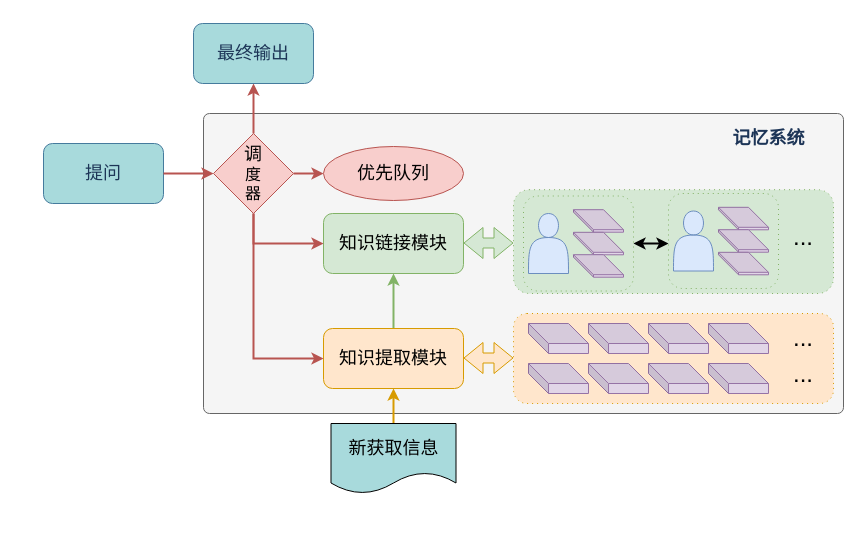
The draw.io diagram 总框架图v2.1.drawio in niuyiqun/llm_agent, before the edit. Source tidied: cells renumbered, new cells numbered last; positions are measured from the earlier drawing's top-left corner, leaving out a move shared by most shapes. Both pictures are drawn from the tidied source at 100%, with x=0, y=0 at pixel (43, 23). Pictures stored in the file or linked from it are replaced by grey dashed boxes.
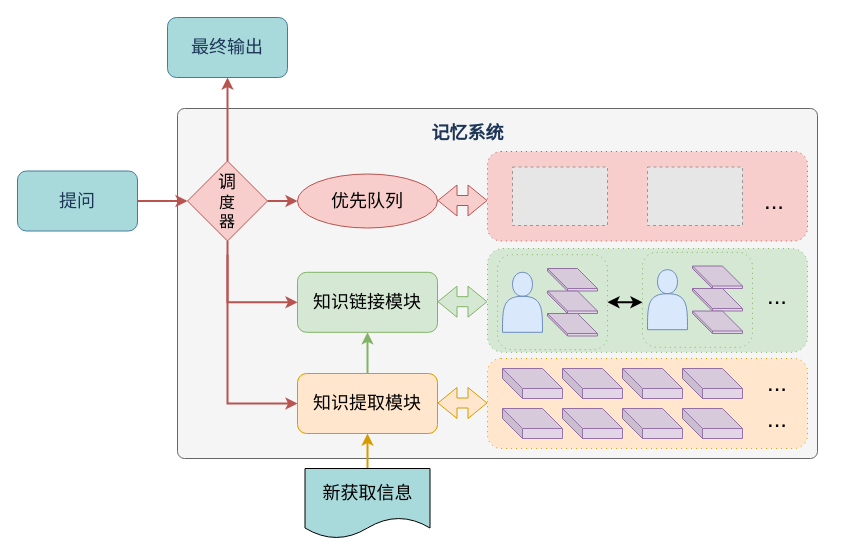
After the change.

Commit message:
更新总框架图v2.1.drawio

The edit, as a diff of the source:
```diff
@@
-<mxGraphModel>
+<mxGraphModel background="#FFFFFF">
@@
     <mxCell id="2" style="rounded=1;whiteSpace=wrap;html=1;arcSize=2;fillColor=#f5f5f5;fontColor=#333333;strokeColor=#666666;" parent="1" vertex="1">
-      <mxGeometry x="160" y="90" width="640" height="300" as="geometry" />
+      <mxGeometry x="134" y="85" width="640" height="350" as="geometry" />
     </mxCell>
     <mxCell id="3" style="rounded=1;whiteSpace=wrap;html=1;dashed=1;dashPattern=1 4;fillColor=#ffe6cc;strokeColor=#d79b00;" parent="1" vertex="1">
-      <mxGeometry x="470" y="290" width="320" height="90" as="geometry" />
+      <mxGeometry x="444" y="335" width="320" height="90" as="geometry" />
     </mxCell>
@@
     <mxCell id="5" value="&lt;font style=&quot;font-size: 18px;&quot;&gt;新获取信息&lt;/font&gt;" style="shape=document;whiteSpace=wrap;html=1;boundedLbl=1;fillColor=light-dark(#a8dadc, #ededed);" parent="1" vertex="1">
-      <mxGeometry x="287.5" y="400" width="125" height="70" as="geometry" />
+      <mxGeometry x="261.5" y="445" width="125" height="70" as="geometry" />
     </mxCell>
@@
     <mxCell id="7" value="&lt;font style=&quot;font-size: 18px;&quot;&gt;知识提取模块&lt;/font&gt;" style="rounded=1;whiteSpace=wrap;html=1;fillColor=#ffe6cc;strokeColor=#d79b00;" parent="1" vertex="1">
-      <mxGeometry x="280" y="305" width="140" height="60" as="geometry" />
+      <mxGeometry x="254" y="350" width="140" height="60" as="geometry" />
     </mxCell>
     <mxCell id="8" value="&lt;font style=&quot;font-size: 18px;&quot;&gt;知识链接模块&lt;/font&gt;" style="rounded=1;whiteSpace=wrap;html=1;fillColor=#d5e8d4;strokeColor=#82b366;" parent="1" vertex="1">
-      <mxGeometry x="280" y="190" width="140" height="60" as="geometry" />
+      <mxGeometry x="254" y="248.8" width="140" height="60" as="geometry" />
     </mxCell>
     <mxCell id="9" style="shape=cube;whiteSpace=wrap;html=1;boundedLbl=1;backgroundOutline=1;darkOpacity=0.05;darkOpacity2=0.1;fillColor=#e1d5e7;strokeColor=#9673a6;" parent="1" vertex="1">
-      <mxGeometry x="485" y="340" width="60" height="30" as="geometry" />
+      <mxGeometry x="459" y="385" width="60" height="30" as="geometry" />
     </mxCell>
     <mxCell id="10" style="shape=cube;whiteSpace=wrap;html=1;boundedLbl=1;backgroundOutline=1;darkOpacity=0.05;darkOpacity2=0.1;fillColor=#e1d5e7;strokeColor=#9673a6;" parent="1" vertex="1">
-      <mxGeometry x="545" y="340" width="60" height="30" as="geometry" />
+      <mxGeometry x="519" y="385" width="60" height="30" as="geometry" />
     </mxCell>
     <mxCell id="11" style="shape=cube;whiteSpace=wrap;html=1;boundedLbl=1;backgroundOutline=1;darkOpacity=0.05;darkOpacity2=0.1;fillColor=#e1d5e7;strokeColor=#9673a6;" parent="1" vertex="1">
-      <mxGeometry x="605" y="340" width="60" height="30" as="geometry" />
+      <mxGeometry x="579" y="385" width="60" height="30" as="geometry" />
     </mxCell>
     <mxCell id="12" style="shape=cube;whiteSpace=wrap;html=1;boundedLbl=1;backgroundOutline=1;darkOpacity=0.05;darkOpacity2=0.1;fillColor=#e1d5e7;strokeColor=#9673a6;" parent="1" vertex="1">
-      <mxGeometry x="665" y="340" width="60" height="30" as="geometry" />
+      <mxGeometry x="639" y="385" width="60" height="30" as="geometry" />
     </mxCell>
     <mxCell id="13" style="shape=cube;whiteSpace=wrap;html=1;boundedLbl=1;backgroundOutline=1;darkOpacity=0.05;darkOpacity2=0.1;fillColor=#e1d5e7;strokeColor=#9673a6;" parent="1" vertex="1">
-      <mxGeometry x="485" y="300" width="60" height="30" as="geometry" />
+      <mxGeometry x="459" y="345" width="60" height="30" as="geometry" />
     </mxCell>
     <mxCell id="14" style="shape=cube;whiteSpace=wrap;html=1;boundedLbl=1;backgroundOutline=1;darkOpacity=0.05;darkOpacity2=0.1;fillColor=#e1d5e7;strokeColor=#9673a6;" parent="1" vertex="1">
-      <mxGeometry x="545" y="300" width="60" height="30" as="geometry" />
+      <mxGeometry x="519" y="345" width="60" height="30" as="geometry" />
     </mxCell>
     <mxCell id="15" style="shape=cube;whiteSpace=wrap;html=1;boundedLbl=1;backgroundOutline=1;darkOpacity=0.05;darkOpacity2=0.1;fillColor=#e1d5e7;strokeColor=#9673a6;" parent="1" vertex="1">
-      <mxGeometry x="605" y="300" width="60" height="30" as="geometry" />
+      <mxGeometry x="579" y="345" width="60" height="30" as="geometry" />
     </mxCell>
     <mxCell id="16" style="shape=cube;whiteSpace=wrap;html=1;boundedLbl=1;backgroundOutline=1;darkOpacity=0.05;darkOpacity2=0.1;fillColor=#e1d5e7;strokeColor=#9673a6;" parent="1" vertex="1">
-      <mxGeometry x="665" y="300" width="60" height="30" as="geometry" />
+      <mxGeometry x="639" y="345" width="60" height="30" as="geometry" />
     </mxCell>
     <mxCell id="17" style="rounded=1;whiteSpace=wrap;html=1;dashed=1;dashPattern=1 4;fillColor=#d5e8d4;strokeColor=#82b366;" parent="1" vertex="1">
-      <mxGeometry x="470" y="166.2" width="320" height="103.8" as="geometry" />
+      <mxGeometry x="444" y="225" width="320" height="103.8" as="geometry" />
     </mxCell>
     <mxCell id="18" style="rounded=1;whiteSpace=wrap;html=1;dashed=1;dashPattern=1 4;fillColor=#d5e8d4;strokeColor=#82b366;" parent="1" vertex="1">
-      <mxGeometry x="480" y="172.5" width="110" height="95" as="geometry" />
+      <mxGeometry x="454" y="231.2" width="110" height="95" as="geometry" />
     </mxCell>
     <mxCell id="19" style="shape=cube;whiteSpace=wrap;html=1;boundedLbl=1;backgroundOutline=1;darkOpacity=0.05;darkOpacity2=0.1;fillColor=#e1d5e7;strokeColor=#9673a6;" parent="1" vertex="1">
-      <mxGeometry x="530" y="186.2" width="50" height="22.5" as="geometry" />
+      <mxGeometry x="504" y="245" width="50" height="22.5" as="geometry" />
     </mxCell>
     <mxCell id="20" style="shape=cube;whiteSpace=wrap;html=1;boundedLbl=1;backgroundOutline=1;darkOpacity=0.05;darkOpacity2=0.1;fillColor=#e1d5e7;strokeColor=#9673a6;" parent="1" vertex="1">
-      <mxGeometry x="530" y="208.8" width="50" height="22.5" as="geometry" />
+      <mxGeometry x="504" y="267.5" width="50" height="22.5" as="geometry" />
     </mxCell>
     <mxCell id="21" style="shape=cube;whiteSpace=wrap;html=1;boundedLbl=1;backgroundOutline=1;darkOpacity=0.05;darkOpacity2=0.1;fillColor=#e1d5e7;strokeColor=#9673a6;" parent="1" vertex="1">
-      <mxGeometry x="530" y="231.2" width="50" height="22.5" as="geometry" />
+      <mxGeometry x="504" y="290" width="50" height="22.5" as="geometry" />
     </mxCell>
     <mxCell id="22" style="shape=actor;whiteSpace=wrap;html=1;fillColor=#dae8fc;strokeColor=#6c8ebf;" parent="1" vertex="1">
-      <mxGeometry x="485" y="190" width="40" height="60" as="geometry" />
+      <mxGeometry x="459" y="248.8" width="40" height="60" as="geometry" />
     </mxCell>
     <mxCell id="23" value="&lt;font style=&quot;font-size: 24px;&quot;&gt;...&lt;/font&gt;" style="text;html=1;align=center;verticalAlign=middle;whiteSpace=wrap;rounded=0;" parent="1" vertex="1">
-      <mxGeometry x="730" y="300" width="60" height="30" as="geometry" />
+      <mxGeometry x="704" y="345" width="60" height="30" as="geometry" />
     </mxCell>
     <mxCell id="24" value="&lt;font style=&quot;font-size: 24px;&quot;&gt;...&lt;/font&gt;" style="text;html=1;align=center;verticalAlign=middle;whiteSpace=wrap;rounded=0;" parent="1" vertex="1">
-      <mxGeometry x="730" y="336" width="60" height="30" as="geometry" />
+      <mxGeometry x="704" y="381" width="60" height="30" as="geometry" />
     </mxCell>
     <mxCell id="25" style="rounded=1;whiteSpace=wrap;html=1;dashed=1;dashPattern=1 4;fillColor=#d5e8d4;strokeColor=#82b366;" parent="1" vertex="1">
-      <mxGeometry x="625" y="170" width="110" height="95" as="geometry" />
+      <mxGeometry x="599" y="228.8" width="110" height="95" as="geometry" />
     </mxCell>
     <mxCell id="26" style="shape=cube;whiteSpace=wrap;html=1;boundedLbl=1;backgroundOutline=1;darkOpacity=0.05;darkOpacity2=0.1;fillColor=#e1d5e7;strokeColor=#9673a6;" parent="1" vertex="1">
-      <mxGeometry x="675" y="183.8" width="50" height="22.5" as="geometry" />
+      <mxGeometry x="649" y="242.5" width="50" height="22.5" as="geometry" />
     </mxCell>
     <mxCell id="27" style="shape=cube;whiteSpace=wrap;html=1;boundedLbl=1;backgroundOutline=1;darkOpacity=0.05;darkOpacity2=0.1;fillColor=#e1d5e7;strokeColor=#9673a6;" parent="1" vertex="1">
-      <mxGeometry x="675" y="206.2" width="50" height="22.5" as="geometry" />
+      <mxGeometry x="649" y="265" width="50" height="22.5" as="geometry" />
     </mxCell>
     <mxCell id="28" style="shape=cube;whiteSpace=wrap;html=1;boundedLbl=1;backgroundOutline=1;darkOpacity=0.05;darkOpacity2=0.1;fillColor=#e1d5e7;strokeColor=#9673a6;" parent="1" vertex="1">
-      <mxGeometry x="675" y="228.8" width="50" height="22.5" as="geometry" />
+      <mxGeometry x="649" y="287.5" width="50" height="22.5" as="geometry" />
     </mxCell>
     <mxCell id="29" style="shape=actor;whiteSpace=wrap;html=1;fillColor=#dae8fc;strokeColor=#6c8ebf;" parent="1" vertex="1">
-      <mxGeometry x="630" y="187.5" width="40" height="60" as="geometry" />
+      <mxGeometry x="604" y="246.2" width="40" height="60" as="geometry" />
     </mxCell>
     <mxCell id="30" value="&lt;font style=&quot;font-size: 24px;&quot;&gt;...&lt;/font&gt;" style="text;html=1;align=center;verticalAlign=middle;whiteSpace=wrap;rounded=0;" parent="1" vertex="1">
-      <mxGeometry x="730" y="198.8" width="60" height="30" as="geometry" />
+      <mxGeometry x="704" y="257.5" width="60" height="30" as="geometry" />
     </mxCell>
     <mxCell id="31" style="endArrow=classic;startArrow=classic;html=1;rounded=0;exitX=1;exitY=0.5;exitDx=0;exitDy=0;strokeWidth=2;" parent="1" edge="1" source="18">
       <mxGeometry relative="1" as="geometry">
-        <mxPoint x="625" y="220" as="targetPoint" />
+        <mxPoint x="599" y="278.8" as="targetPoint" />
       </mxGeometry>
     </mxCell>
     <mxCell id="32" style="shape=flexArrow;endArrow=classic;startArrow=classic;html=1;rounded=0;fillColor=#d5e8d4;strokeColor=#82b366;" parent="1" edge="1">
       <mxGeometry relative="1" as="geometry">
-        <mxPoint x="420" y="219.5" as="sourcePoint" />
-        <mxPoint x="470" y="219.5" as="targetPoint" />
+        <mxPoint x="394" y="278.2" as="sourcePoint" />
+        <mxPoint x="444" y="278.2" as="targetPoint" />
       </mxGeometry>
     </mxCell>
     <mxCell id="33" style="shape=flexArrow;endArrow=classic;startArrow=classic;html=1;rounded=0;fillColor=#ffe6cc;strokeColor=#d79b00;" parent="1" edge="1">
       <mxGeometry relative="1" as="geometry">
-        <mxPoint x="420" y="334.5" as="sourcePoint" />
-        <mxPoint x="470" y="334.5" as="targetPoint" />
+        <mxPoint x="394" y="379.5" as="sourcePoint" />
+        <mxPoint x="444" y="379.5" as="targetPoint" />
       </mxGeometry>
     </mxCell>
@@
-    <mxCell id="36" style="edgeStyle=orthogonalEdgeStyle;rounded=0;jettySize=auto;html=1;exitX=0.5;exitY=0;exitDx=0;exitDy=0;strokeColor=#b85450;fontColor=#1D3557;fillColor=#f8cecc;strokeWidth=2;" parent="1" edge="1" source="38">
-      <mxGeometry relative="1" as="geometry">
-        <mxPoint x="210" y="60" as="targetPoint" />
-      </mxGeometry>
+    <mxCell id="36" style="edgeStyle=orthogonalEdgeStyle;rounded=0;jettySize=auto;html=1;exitX=0.5;exitY=0;exitDx=0;exitDy=0;strokeColor=#b85450;fontColor=#1D3557;fillColor=#f8cecc;strokeWidth=2;entryX=0.5;entryY=1;entryDx=0;entryDy=0;" parent="1" edge="1" source="38" target="40">
+      <mxGeometry relative="1" as="geometry" />
     </mxCell>
-    <mxCell id="37" style="edgeStyle=orthogonalEdgeStyle;rounded=0;jettySize=auto;html=1;exitX=0.5;exitY=1;exitDx=0;exitDy=0;entryX=0;entryY=0.5;entryDx=0;entryDy=0;strokeColor=#b85450;fontColor=#1D3557;fillColor=#f8cecc;strokeWidth=2;" parent="1" edge="1" source="38" target="8">
-      <mxGeometry relative="1" as="geometry" />
+    <mxCell id="37" style="edgeStyle=orthogonalEdgeStyle;rounded=0;jettySize=auto;html=1;exitX=0.5;exitY=1;exitDx=0;exitDy=0;entryX=0;entryY=0.5;entryDx=0;entryDy=0;strokeColor=#b85450;fontColor=#1D3557;fillColor=#f8cecc;strokeWidth=2;" parent="1" edge="1" target="8">
+      <mxGeometry relative="1" as="geometry">
+        <mxPoint x="184" y="231.2" as="sourcePoint" />
+        <Array as="points">
+          <mxPoint x="184" y="279" />
+        </Array>
+      </mxGeometry>
     </mxCell>
     <mxCell id="38" value="&lt;font style=&quot;font-size: 18px;&quot;&gt;调&lt;/font&gt;&lt;div&gt;&lt;font size=&quot;3&quot;&gt;度&lt;/font&gt;&lt;/div&gt;&lt;div&gt;&lt;font size=&quot;3&quot;&gt;器&lt;/font&gt;&lt;/div&gt;" style="rhombus;whiteSpace=wrap;html=1;fillColor=#f8cecc;strokeColor=#b85450;" parent="1" vertex="1">
-      <mxGeometry x="170" y="110" width="80" height="80" as="geometry" />
+      <mxGeometry x="144" y="137.5" width="80" height="80" as="geometry" />
     </mxCell>
     <mxCell id="39" value="&lt;font size=&quot;4&quot;&gt;优先队列&lt;/font&gt;" style="ellipse;whiteSpace=wrap;html=1;fillColor=#f8cecc;strokeColor=#b85450;" parent="1" vertex="1">
-      <mxGeometry x="280" y="123" width="140" height="54" as="geometry" />
+      <mxGeometry x="254" y="150.5" width="140" height="54" as="geometry" />
     </mxCell>
     <mxCell id="40" value="&lt;font style=&quot;font-size: 18px;&quot;&gt;最终输出&lt;/font&gt;" style="rounded=1;whiteSpace=wrap;html=1;strokeColor=#457B9D;fontColor=#1D3557;fillColor=#A8DADC;" parent="1" vertex="1">
-      <mxGeometry x="150" width="120" height="60" as="geometry" />
+      <mxGeometry x="124" y="-6" width="120" height="60" as="geometry" />
     </mxCell>
     <mxCell id="41" value="&lt;font size=&quot;4&quot;&gt;提问&lt;/font&gt;" style="rounded=1;whiteSpace=wrap;html=1;strokeColor=#457B9D;fontColor=#1D3557;fillColor=#A8DADC;" parent="1" vertex="1">
-      <mxGeometry y="120" width="120" height="60" as="geometry" />
+      <mxGeometry x="-26" y="147.5" width="120" height="60" as="geometry" />
     </mxCell>
@@
     <mxCell id="43" value="&lt;font style=&quot;font-size: 18px;&quot;&gt;&lt;b&gt;记忆系统&lt;/b&gt;&lt;/font&gt;" style="text;html=1;align=center;verticalAlign=middle;whiteSpace=wrap;rounded=0;fontColor=#1D3557;" parent="1" vertex="1">
-      <mxGeometry x="665" y="100" width="121" height="30" as="geometry" />
+      <mxGeometry x="364" y="95" width="121" height="30" as="geometry" />
     </mxCell>
+    <mxCell id="44" style="rounded=1;whiteSpace=wrap;html=1;dashed=1;dashPattern=1 4;fillColor=#f8cecc;strokeColor=#b85450;" parent="1" vertex="1">
+      <mxGeometry x="444" y="128" width="320" height="89.5" as="geometry" />
+    </mxCell>
+    <mxCell id="45" style="fillColor=#E6E6E6;strokeColor=#999999;dashed=1;verticalLabelPosition=bottom;verticalAlign=top;" parent="1" vertex="1">
+      <mxGeometry x="469" y="143.5" width="95" height="58.5" as="geometry" />
+    </mxCell>
+    <mxCell id="46" style="shape=flexArrow;endArrow=classic;startArrow=classic;html=1;rounded=0;fillColor=#f8cecc;strokeColor=#b85450;" parent="1" edge="1">
+      <mxGeometry relative="1" as="geometry">
+        <mxPoint x="394" y="177" as="sourcePoint" />
+        <mxPoint x="444" y="177" as="targetPoint" />
+      </mxGeometry>
+    </mxCell>
+    <mxCell id="47" style="fillColor=#E6E6E6;strokeColor=#999999;dashed=1;verticalLabelPosition=bottom;verticalAlign=top;" parent="1" vertex="1">
+      <mxGeometry x="604" y="143.5" width="95" height="58.5" as="geometry" />
+    </mxCell>
+    <mxCell id="48" value="&lt;font style=&quot;font-size: 24px;&quot;&gt;...&lt;/font&gt;" style="text;html=1;align=center;verticalAlign=middle;whiteSpace=wrap;rounded=0;" parent="1" vertex="1">
+      <mxGeometry x="701" y="162.5" width="60" height="30" as="geometry" />
+    </mxCell>
```
